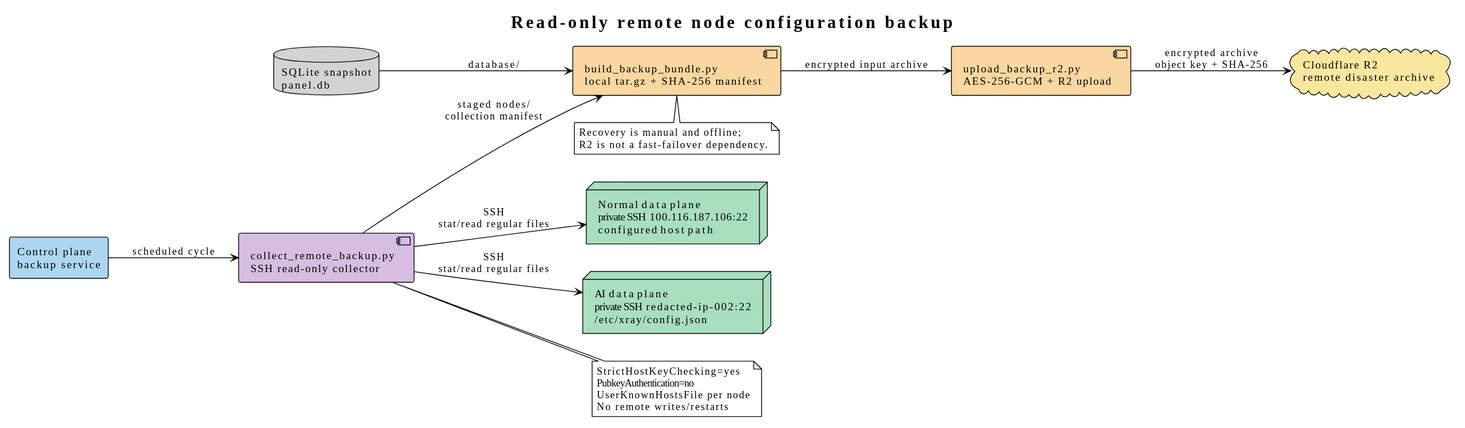
Earlier version of the PlantUML export docs/diagrams/remote-backup-flow.svg (i-zrhe2016/ai-routing-panel).
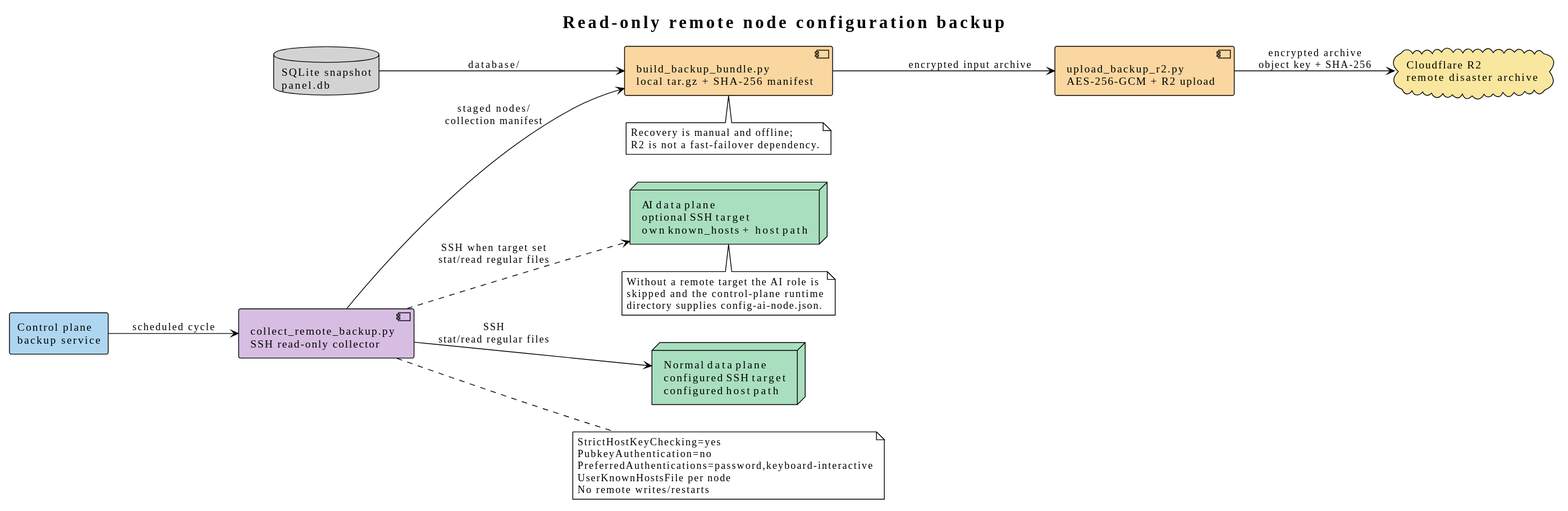
Above is the later version.

Commit message:
docs(observability): align diagrams and checks with remote AI collection

Diff of the diagram source:
```diff
@@ -5,8 +5,8 @@
 
 rectangle "Control plane\nbackup service" as control #AED6F1
 component "collect_remote_backup.py\nSSH read-only collector" as collector #D7BDE2
-node "Normal data plane\nTailscale 100.65.108.93:22\nconfigured host path" as normal #A9DFBF
-node "AI data plane\nTailscale 100.109.201.64:22\n/etc/xray/config.json" as ai #A9DFBF
+node "Normal data plane\nconfigured SSH target\nconfigured host path" as normal #A9DFBF
+node "AI data plane\noptional SSH target\nown known_hosts + host path" as ai #A9DFBF
 component "build_backup_bundle.py\nlocal tar.gz + SHA-256 manifest" as bundle #FAD7A0
 component "upload_backup_r2.py\nAES-256-GCM + R2 upload" as uploader #FAD7A0
 cloud "Cloudflare R2\nremote disaster archive" as r2 #F9E79F
@@ -14,7 +14,7 @@
 
 control --> collector : scheduled cycle
 collector --> normal : SSH\nstat/read regular files
-collector --> ai : SSH\nstat/read regular files
+collector ..> ai : SSH when target set\nstat/read regular files
 collector --> bundle : staged nodes/\ncollection manifest
 db --> bundle : database/
 bundle --> uploader : encrypted input archive
@@ -22,9 +22,16 @@
 
 note right of collector
   StrictHostKeyChecking=yes
-  IdentitiesOnly=yes
+  PubkeyAuthentication=no
+  PreferredAuthentications=password,keyboard-interactive
   UserKnownHostsFile per node
   No remote writes/restarts
+end note
+
+note bottom of ai
+  Without a remote target the AI role is
+  skipped and the control-plane runtime
+  directory supplies config-ai-node.json.
 end note
 
 note bottom of bundle
```
